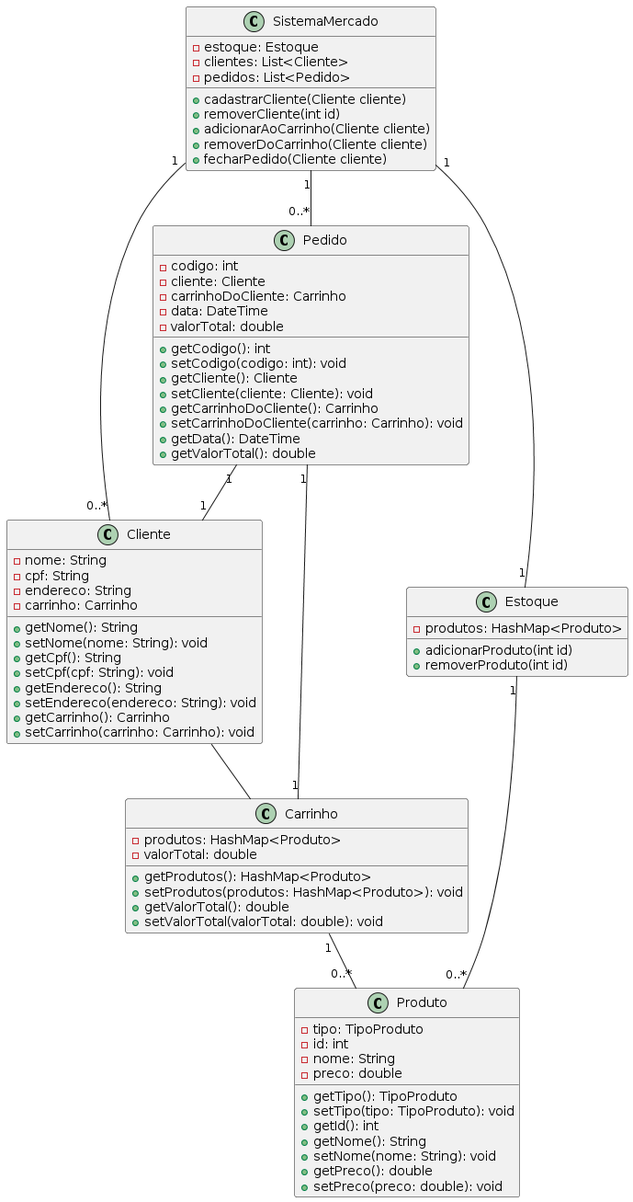
Dendzy/projeto-final-POO keeps this PlantUML diagram as UML Diagram.png. Above is the earlier version.
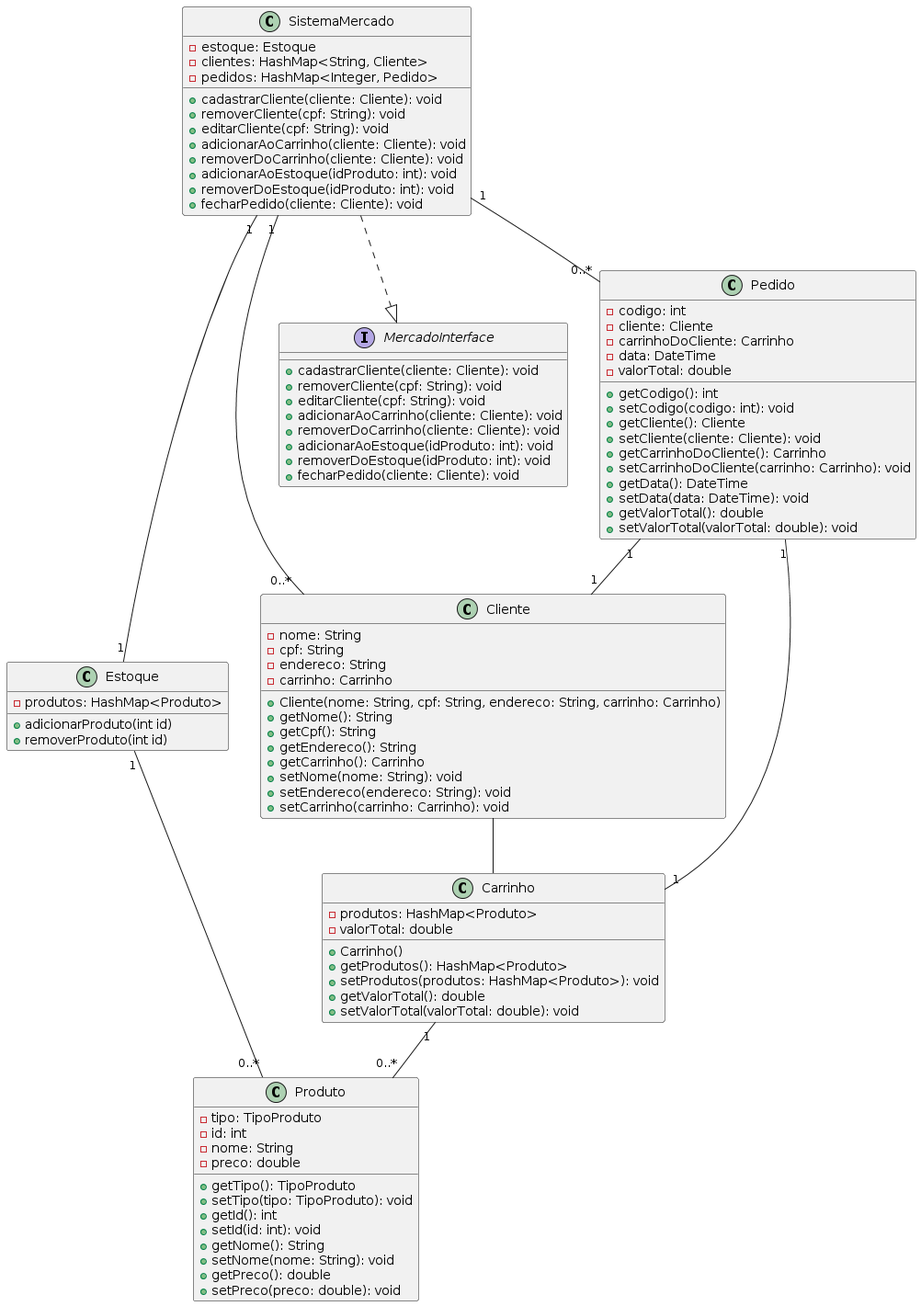
The same file after the commit.

Diff of the diagram source:
```diff
@@ -5,20 +5,26 @@
     - endereco: String
     - carrinho: Carrinho
 
+    + Cliente(nome: String, cpf: String, endereco: String, carrinho: Carrinho)
     + getNome(): String
+    + getCpf(): String
+    + getEndereco(): String
+    + getCarrinho(): Carrinho
     + setNome(nome: String): void
-    + getCpf(): String
-    + setCpf(cpf: String): void
-    + getEndereco(): String
     + setEndereco(endereco: String): void
-    + getCarrinho(): Carrinho
     + setCarrinho(carrinho: Carrinho): void
+}
+class Estoque {
+    - produtos: HashMap<Produto>
+    + adicionarProduto(int id)
+    + removerProduto(int id)
 }
 
 class Carrinho {
     - produtos: HashMap<Produto>
     - valorTotal: double
 
+    + Carrinho()
     + getProdutos(): HashMap<Produto>
     + setProdutos(produtos: HashMap<Produto>): void
     + getValorTotal(): double
@@ -34,10 +40,37 @@
     + getTipo(): TipoProduto
     + setTipo(tipo: TipoProduto): void
     + getId(): int
+    + setId(id: int): void
     + getNome(): String
     + setNome(nome: String): void
     + getPreco(): double
     + setPreco(preco: double): void
+}
+
+interface MercadoInterface {
+    + cadastrarCliente(cliente: Cliente): void
+    + removerCliente(cpf: String): void
+    + editarCliente(cpf: String): void
+    + adicionarAoCarrinho(cliente: Cliente): void
+    + removerDoCarrinho(cliente: Cliente): void
+    + adicionarAoEstoque(idProduto: int): void
+    + removerDoEstoque(idProduto: int): void
+    + fecharPedido(cliente: Cliente): void
+}
+
+class SistemaMercado {
+    - estoque: Estoque
+    - clientes: HashMap<String, Cliente>
+    - pedidos: HashMap<Integer, Pedido>
+
+    + cadastrarCliente(cliente: Cliente): void
+    + removerCliente(cpf: String): void
+    + editarCliente(cpf: String): void
+    + adicionarAoCarrinho(cliente: Cliente): void
+    + removerDoCarrinho(cliente: Cliente): void
+    + adicionarAoEstoque(idProduto: int): void
+    + removerDoEstoque(idProduto: int): void
+    + fecharPedido(cliente: Cliente): void
 }
 
 class Pedido {
@@ -54,27 +87,12 @@
     + getCarrinhoDoCliente(): Carrinho
     + setCarrinhoDoCliente(carrinho: Carrinho): void
     + getData(): DateTime
+    + setData(data: DateTime): void
     + getValorTotal(): double
+    + setValorTotal(valorTotal: double): void
 }
 
-class Estoque {
-    - produtos: HashMap<Produto>
-    + adicionarProduto(int id)
-    + removerProduto(int id)
-}
-
-class SistemaMercado {
-    - estoque: Estoque
-    - clientes: List<Cliente>
-    - pedidos: List<Pedido>
-    + cadastrarCliente(Cliente cliente)
-    + removerCliente(int id)
-    + adicionarAoCarrinho(Cliente cliente)
-    + removerDoCarrinho(Cliente cliente)
-    + fecharPedido(Cliente cliente)
-}
-
-
+SistemaMercado ..|> MercadoInterface
 Cliente -- Carrinho
 Carrinho "1" -- "0..*" Produto
 Pedido "1" -- "1" Cliente
```
